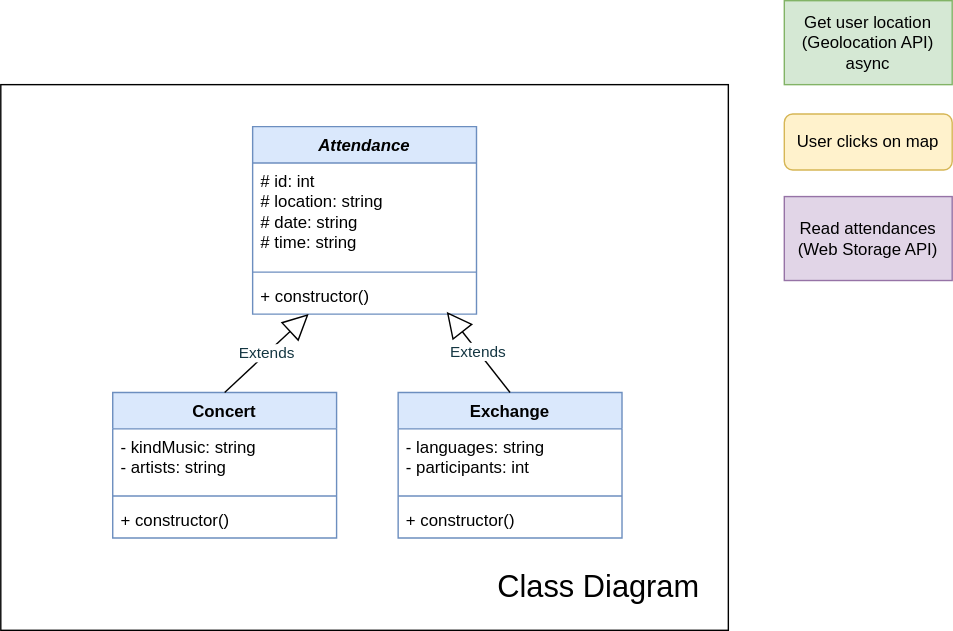
Earlier version of the draw.io export class-diagram.drawio.svg (josenavarrohub/vanilla-js-eventify). Source tidied: cells renumbered, new cells last; positions are measured from the earlier drawing's top-left corner, leaving out a move shared by most shapes.
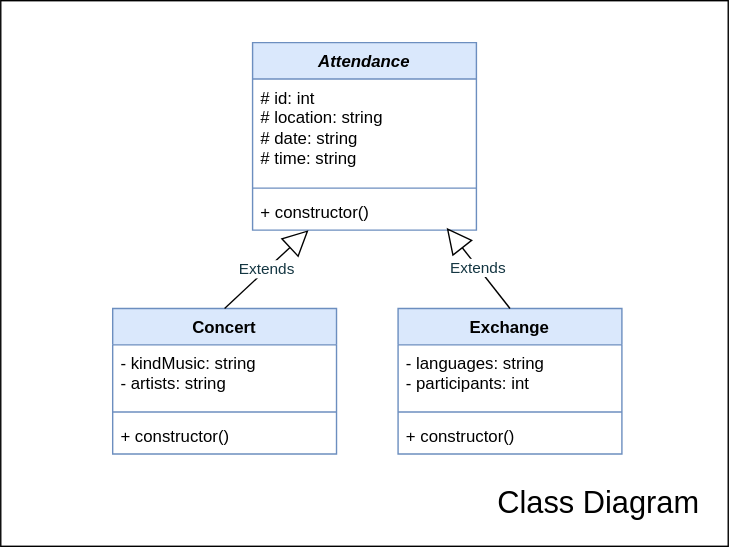
After the commit.

The edit, as a diff of the source:
```diff
@@ -8,15 +8,6 @@
     <mxCell id="3" value="Class Diagram" style="text;html=1;strokeColor=none;fillColor=none;align=center;verticalAlign=middle;whiteSpace=wrap;rounded=0;fontSize=22;" parent="1" vertex="1">
       <mxGeometry x="340" y="400" width="175" height="40" as="geometry" />
     </mxCell>
-    <mxCell id="4" value="Get user location&lt;br&gt;(Geolocation API)&lt;br&gt;async" style="rounded=0;whiteSpace=wrap;html=1;fillColor=#d5e8d4;strokeColor=#82b366;" parent="1" vertex="1">
-      <mxGeometry x="560" width="120" height="60" as="geometry" />
-    </mxCell>
-    <mxCell id="5" value="User clicks on map" style="rounded=1;whiteSpace=wrap;html=1;fontSize=12;glass=0;strokeWidth=1;shadow=0;fillColor=#fff2cc;strokeColor=#d6b656;" parent="1" vertex="1">
-      <mxGeometry x="560" y="81" width="120" height="40" as="geometry" />
-    </mxCell>
-    <mxCell id="6" value="Read attendances&lt;br&gt;(Web Storage API)" style="rounded=0;whiteSpace=wrap;html=1;fillColor=#e1d5e7;strokeColor=#9673a6;" parent="1" vertex="1">
-      <mxGeometry x="560" y="140" width="120" height="60" as="geometry" />
-    </mxCell>
     <mxCell id="7" value="&lt;i&gt;Attendance&lt;/i&gt;" style="swimlane;fontStyle=1;align=center;verticalAlign=top;horizontal=1;startSize=26;whiteSpace=wrap;html=1;swimlaneLine=1;fillColor=#dae8fc;strokeColor=#6c8ebf;" parent="1" vertex="1">
       <mxGeometry x="180" y="90" width="160" height="134" as="geometry" />
     </mxCell>
```
